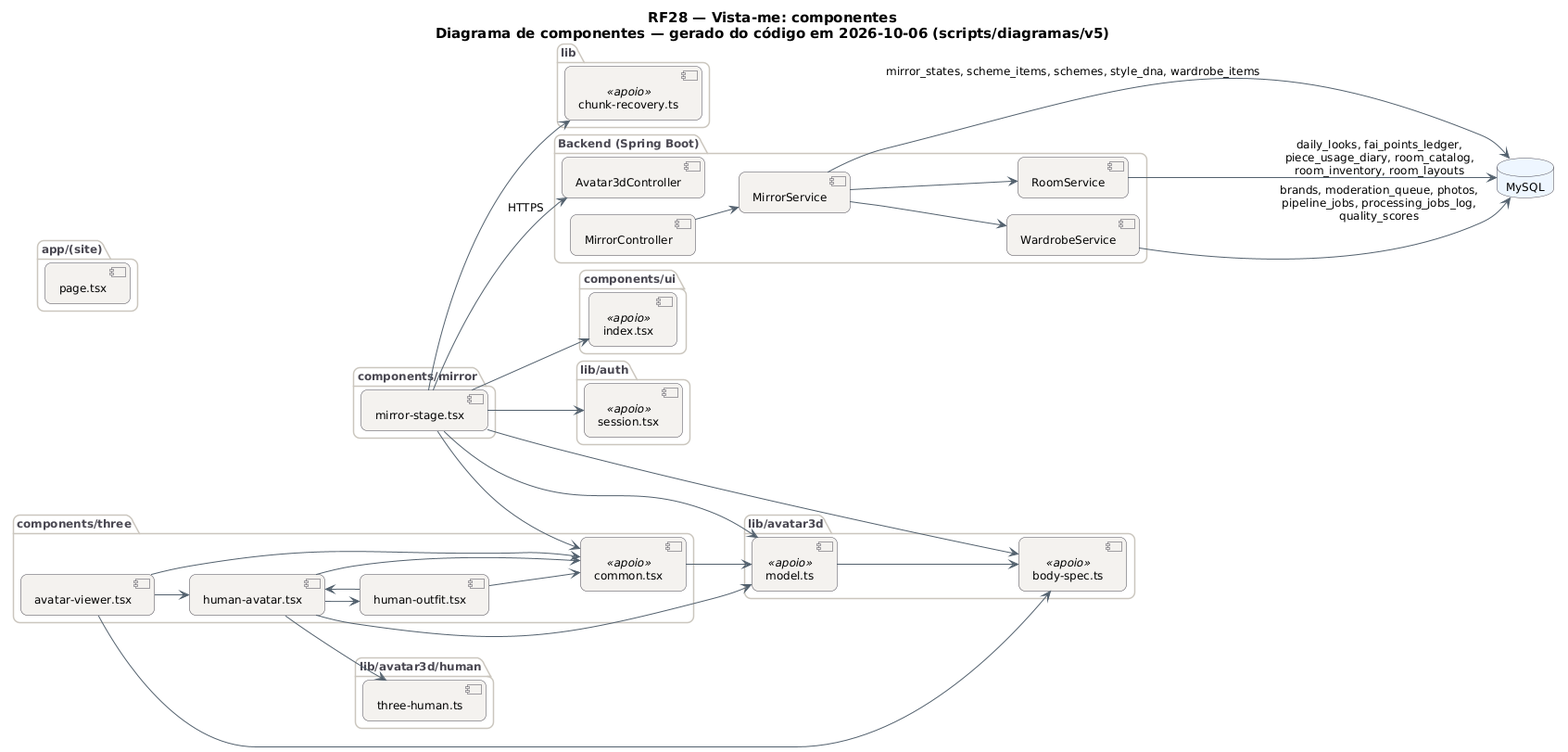
This is docs/diagramas/RF28-espelho-vista-me/RF28_Espelho_Componentes.png from MatheusHaliski/tcc-2026-fashion-ai-backend, a PlantUML export, as it was before one commit.
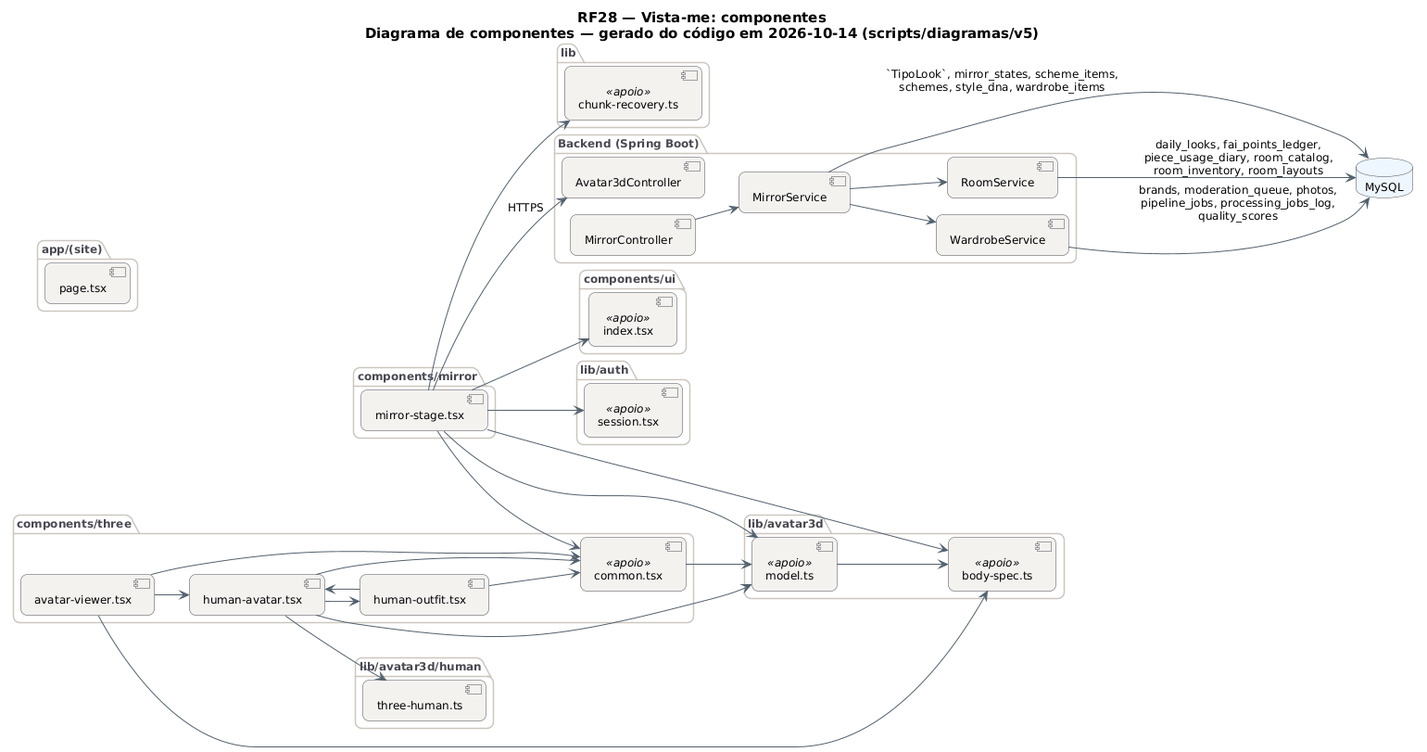
The same file after the commit.

What changed in the source:
```diff
@@ -29,7 +29,7 @@
   BorderColor #4A4852
 }
 left to right direction
-title RF28 — Vista-me: componentes\nDiagrama de componentes — gerado do código em 2026-10-06 (scripts/diagramas/v5)
+title RF28 — Vista-me: componentes\nDiagrama de componentes — gerado do código em 2026-10-14 (scripts/diagramas/v5)
 
 package "app/(site)" {
   component "page.tsx" as m_app__site__page_tsx
@@ -68,7 +68,7 @@
 }
 database "MySQL" as DB_MySQL
 MirrorController --> MirrorService
-MirrorService --> DB_MySQL : mirror_states, scheme_items, schemes, style_dna, wardrobe_items
+MirrorService --> DB_MySQL : `TipoLook`, mirror_states, scheme_items,\nschemes, style_dna, wardrobe_items
 MirrorService --> RoomService
 MirrorService --> WardrobeService
 RoomService --> DB_MySQL : daily_looks, fai_points_ledger,\npiece_usage_diary, room_catalog,\nroom_inventory, room_layouts
```
